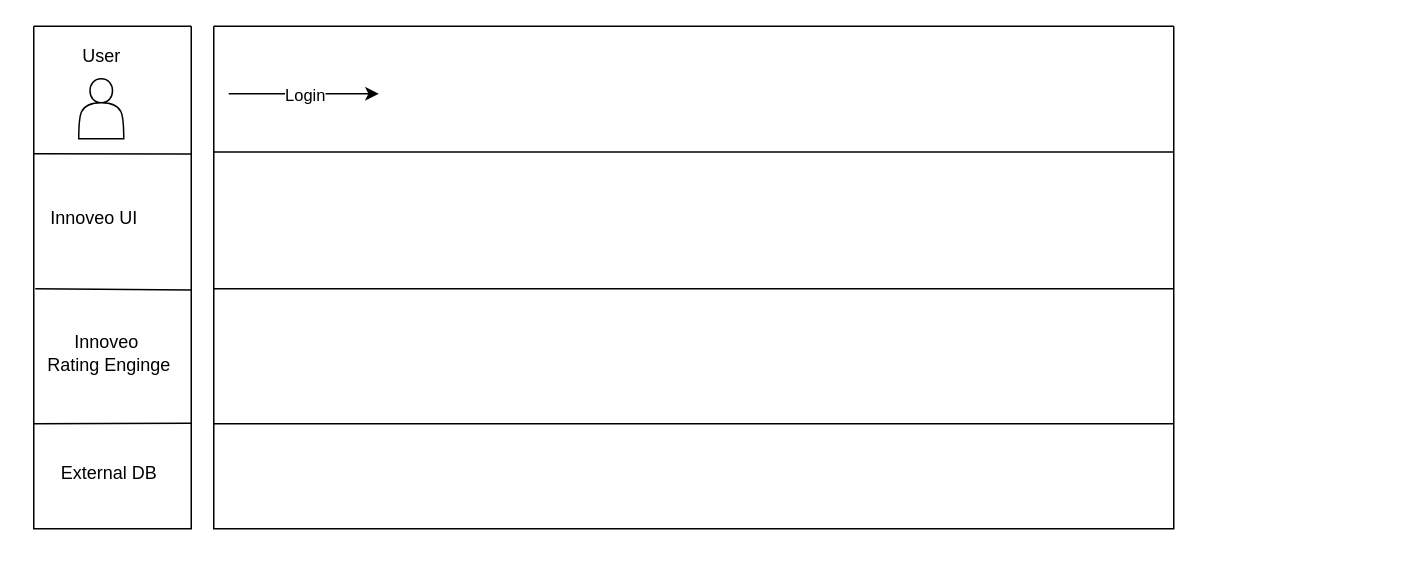
MalliSiva/learning keeps this draw.io diagram as Untitled Diagram.drawio. Above is the earlier version. Source tidied: cells renumbered, new cells numbered last; positions are measured from the earlier drawing's top-left corner, leaving out a move shared by most shapes. Both pictures are drawn from the tidied source at 150%, with x=0, y=0 at pixel (26, 26).
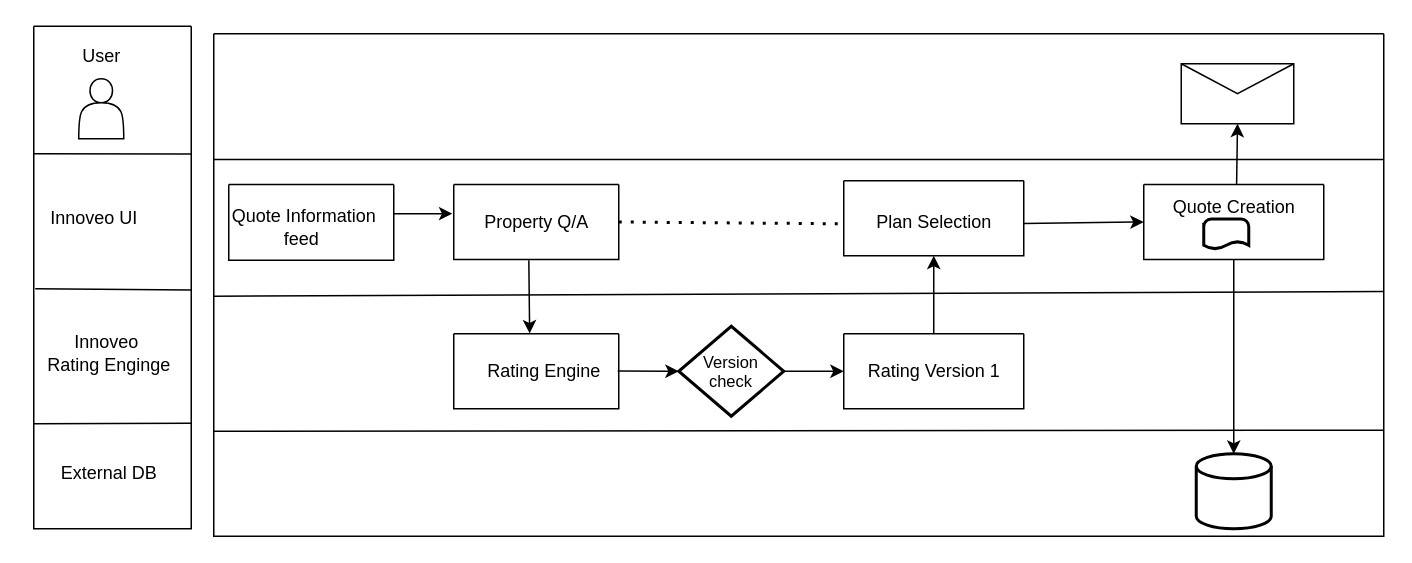
The same page after the edit.

Commit message:
OLT Quote Creation

The edit, as a diff of the source:
```diff
@@
     <mxCell id="2" style="swimlane;startSize=0;" parent="1" vertex="1">
-      <mxGeometry x="125" width="640" height="335" as="geometry" />
+      <mxGeometry x="125" y="5" width="780" height="335" as="geometry" />
     </mxCell>
-    <mxCell id="3" style="endArrow=none;html=1;rounded=0;exitX=0;exitY=0.25;exitDx=0;exitDy=0;entryX=1;entryY=0.25;entryDx=0;entryDy=0;" parent="2" edge="1">
+    <mxCell id="3" style="endArrow=none;html=1;rounded=0;exitX=0;exitY=0.25;exitDx=0;exitDy=0;entryX=1;entryY=0.513;entryDx=0;entryDy=0;entryPerimeter=0;" parent="2" edge="1" target="2">
       <mxGeometry relative="1" as="geometry">
         <mxPoint y="175" as="sourcePoint" />
-        <mxPoint x="640" y="175" as="targetPoint" />
       </mxGeometry>
     </mxCell>
-    <mxCell id="4" style="endArrow=none;html=1;rounded=0;exitX=0;exitY=0.25;exitDx=0;exitDy=0;entryX=1;entryY=0.25;entryDx=0;entryDy=0;" parent="2" edge="1">
+    <mxCell id="4" style="endArrow=none;html=1;rounded=0;exitX=0;exitY=0.25;exitDx=0;exitDy=0;entryX=1;entryY=0.789;entryDx=0;entryDy=0;entryPerimeter=0;" parent="2" edge="1" target="2">
       <mxGeometry relative="1" as="geometry">
         <mxPoint y="265" as="sourcePoint" />
-        <mxPoint x="640" y="265" as="targetPoint" />
       </mxGeometry>
     </mxCell>
-    <mxCell id="5" style="endArrow=classic;html=1;rounded=0;" parent="2" edge="1">
-      <mxGeometry relative="1" as="geometry">
-        <mxPoint x="10" y="45" as="sourcePoint" />
-        <mxPoint x="110" y="45" as="targetPoint" />
-      </mxGeometry>
-    </mxCell>
-    <mxCell id="6" value="Login" style="edgeLabel;html=1;align=center;verticalAlign=middle;" parent="5" vertex="1">
-      <mxGeometry relative="1" as="geometry" />
-    </mxCell>
+    <mxCell id="17" style="swimlane;startSize=0;" parent="2" vertex="1">
+      <mxGeometry x="10" y="100.5" width="110" height="50.5" as="geometry" />
+    </mxCell>
+    <mxCell id="18" value="Quote Information&lt;div&gt;feed&amp;nbsp;&lt;/div&gt;" style="text;html=1;align=center;verticalAlign=middle;strokeColor=none;fillColor=none;" parent="17" vertex="1">
+      <mxGeometry x="-10" y="8" width="120" height="40" as="geometry" />
+    </mxCell>
+    <mxCell id="19" style="swimlane;startSize=0;" parent="2" vertex="1">
+      <mxGeometry x="160" y="100.5" width="110" height="50" as="geometry" />
+    </mxCell>
+    <mxCell id="20" value="Property Q/A" style="text;html=1;align=center;verticalAlign=middle;strokeColor=none;fillColor=none;" parent="19" vertex="1">
+      <mxGeometry x="10" y="10" width="90" height="30" as="geometry" />
+    </mxCell>
+    <mxCell id="21" style="swimlane;startSize=0;" parent="2" vertex="1">
+      <mxGeometry x="160" y="200" width="110" height="50" as="geometry" />
+    </mxCell>
+    <mxCell id="22" value="Rating Engine" style="text;html=1;align=center;verticalAlign=middle;points=[];strokeColor=none;fillColor=none;" parent="21" vertex="1">
+      <mxGeometry x="10" y="10" width="100" height="30" as="geometry" />
+    </mxCell>
+    <mxCell id="23" style="swimlane;startSize=0;" parent="2" vertex="1">
+      <mxGeometry x="420" y="200" width="120" height="50" as="geometry" />
+    </mxCell>
+    <mxCell id="24" value="Rating Version 1" style="text;html=1;align=center;verticalAlign=middle;strokeColor=none;fillColor=none;" parent="23" vertex="1">
+      <mxGeometry x="5" y="10" width="110" height="30" as="geometry" />
+    </mxCell>
+    <mxCell id="25" style="swimlane;startSize=0;" parent="2" vertex="1">
+      <mxGeometry x="620" y="100.5" width="120" height="50" as="geometry" />
+    </mxCell>
+    <mxCell id="26" value="Quote Creation" style="text;html=1;align=center;verticalAlign=middle;points=[];strokeColor=none;fillColor=none;" parent="25" vertex="1">
+      <mxGeometry x="10" width="100" height="30" as="geometry" />
+    </mxCell>
+    <mxCell id="27" style="strokeWidth=2;html=1;shape=mxgraph.flowchart.document2;whiteSpace=wrap;size=0.25;" parent="25" vertex="1">
+      <mxGeometry x="40" y="23" width="30" height="20" as="geometry" />
+    </mxCell>
+    <mxCell id="28" style="endArrow=classic;html=1;rounded=0;entryX=-0.008;entryY=0.389;entryDx=0;entryDy=0;entryPerimeter=0;" parent="2" edge="1" target="19">
+      <mxGeometry relative="1" as="geometry">
+        <mxPoint x="120" y="120" as="sourcePoint" />
+      </mxGeometry>
+    </mxCell>
+    <mxCell id="29" style="endArrow=classic;html=1;rounded=0;entryX=0.46;entryY=-0.004;entryDx=0;entryDy=0;entryPerimeter=0;exitX=0.455;exitY=1.009;exitDx=0;exitDy=0;exitPerimeter=0;" parent="2" edge="1" source="19" target="21">
+      <mxGeometry relative="1" as="geometry" />
+    </mxCell>
+    <mxCell id="30" style="strokeWidth=2;html=1;shape=mxgraph.flowchart.database;whiteSpace=wrap;" parent="2" vertex="1">
+      <mxGeometry x="655" y="280" width="50" height="50" as="geometry" />
+    </mxCell>
+    <mxCell id="31" style="swimlane;startSize=0;" parent="2" vertex="1">
+      <mxGeometry x="420" y="98" width="120" height="50" as="geometry" />
+    </mxCell>
+    <mxCell id="32" value="Plan Selection" style="text;html=1;align=center;verticalAlign=middle;strokeColor=none;fillColor=none;" parent="31" vertex="1">
+      <mxGeometry x="10" y="13" width="100" height="30" as="geometry" />
+    </mxCell>
+    <mxCell id="33" style="endArrow=classic;html=1;rounded=0;entryX=0.5;entryY=1;entryDx=0;entryDy=0;exitX=0.5;exitY=0;exitDx=0;exitDy=0;" parent="2" edge="1" source="23" target="31">
+      <mxGeometry relative="1" as="geometry" />
+    </mxCell>
+    <mxCell id="34" style="endArrow=classic;html=1;rounded=0;entryX=0;entryY=0.5;entryDx=0;entryDy=0;exitX=0.999;exitY=0.57;exitDx=0;exitDy=0;exitPerimeter=0;" parent="2" edge="1" source="31" target="25">
+      <mxGeometry relative="1" as="geometry" />
+    </mxCell>
+    <mxCell id="35" value="&lt;font style=&quot;font-size: 11px;&quot;&gt;Version&lt;/font&gt;&lt;div style=&quot;font-size: 11px;&quot;&gt;&lt;font style=&quot;font-size: 11px;&quot;&gt;check&lt;/font&gt;&lt;/div&gt;" style="strokeWidth=2;html=1;shape=mxgraph.flowchart.decision;whiteSpace=wrap;" parent="2" vertex="1">
+      <mxGeometry x="310" y="195" width="70" height="60" as="geometry" />
+    </mxCell>
+    <mxCell id="36" style="endArrow=classic;html=1;rounded=0;entryX=0;entryY=0.5;entryDx=0;entryDy=0;entryPerimeter=0;exitX=0.993;exitY=0.496;exitDx=0;exitDy=0;exitPerimeter=0;" parent="2" edge="1" source="22" target="35">
+      <mxGeometry relative="1" as="geometry" />
+    </mxCell>
+    <mxCell id="37" style="endArrow=classic;html=1;rounded=0;exitX=1;exitY=0.5;exitDx=0;exitDy=0;exitPerimeter=0;entryX=0;entryY=0.5;entryDx=0;entryDy=0;" parent="2" edge="1" source="35" target="23">
+      <mxGeometry relative="1" as="geometry" />
+    </mxCell>
+    <mxCell id="38" style="endArrow=classic;html=1;rounded=0;exitX=0.5;exitY=1;exitDx=0;exitDy=0;entryX=0.5;entryY=0;entryDx=0;entryDy=0;entryPerimeter=0;" parent="2" edge="1" source="25" target="30">
+      <mxGeometry relative="1" as="geometry" />
+    </mxCell>
+    <mxCell id="39" style="endArrow=none;dashed=1;html=1;dashPattern=1 3;strokeWidth=2;rounded=0;exitX=1;exitY=0.5;exitDx=0;exitDy=0;entryX=0.001;entryY=0.574;entryDx=0;entryDy=0;entryPerimeter=0;" parent="2" edge="1" source="19" target="31">
+      <mxGeometry relative="1" as="geometry" />
+    </mxCell>
+    <mxCell id="40" style="shape=message;html=1;html=1;outlineConnect=0;labelPosition=center;verticalLabelPosition=bottom;align=center;verticalAlign=top;" parent="2" vertex="1">
+      <mxGeometry x="645" y="20" width="75" height="40" as="geometry" />
+    </mxCell>
+    <mxCell id="41" style="endArrow=classic;html=1;rounded=0;entryX=0.5;entryY=1;entryDx=0;entryDy=0;exitX=0.519;exitY=0.005;exitDx=0;exitDy=0;exitPerimeter=0;" parent="2" edge="1" source="26" target="40">
+      <mxGeometry relative="1" as="geometry" />
+    </mxCell>
```
